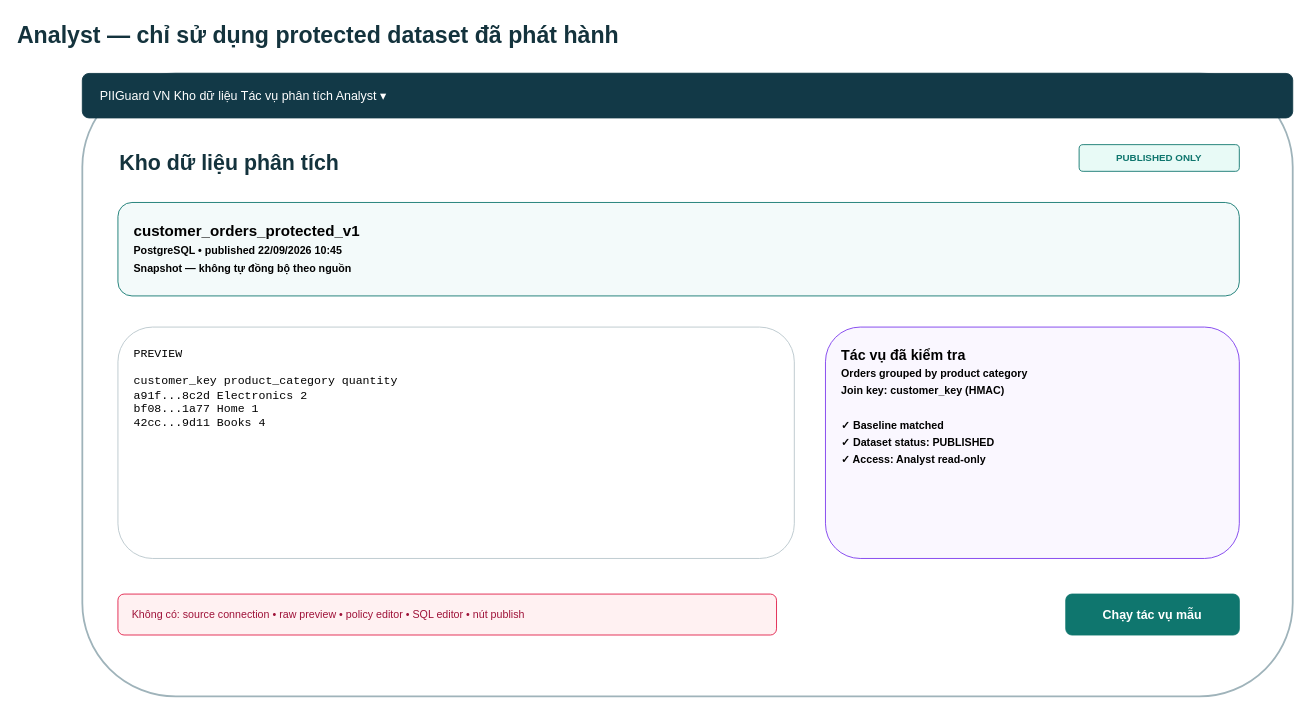
The draw.io diagram page "04 - Analyst Workspace" (4 of 10) of docs/fe_design/piiguard-ui-flow.drawio in tlong1610/PII_Masking, before the edit. Source tidied: cells renumbered, new cells numbered last; positions are measured from the earlier drawing's top-left corner, leaving out a move shared by most shapes. Both pictures are drawn from the tidied source at 89%, with x=0, y=0 at pixel (15, 15).
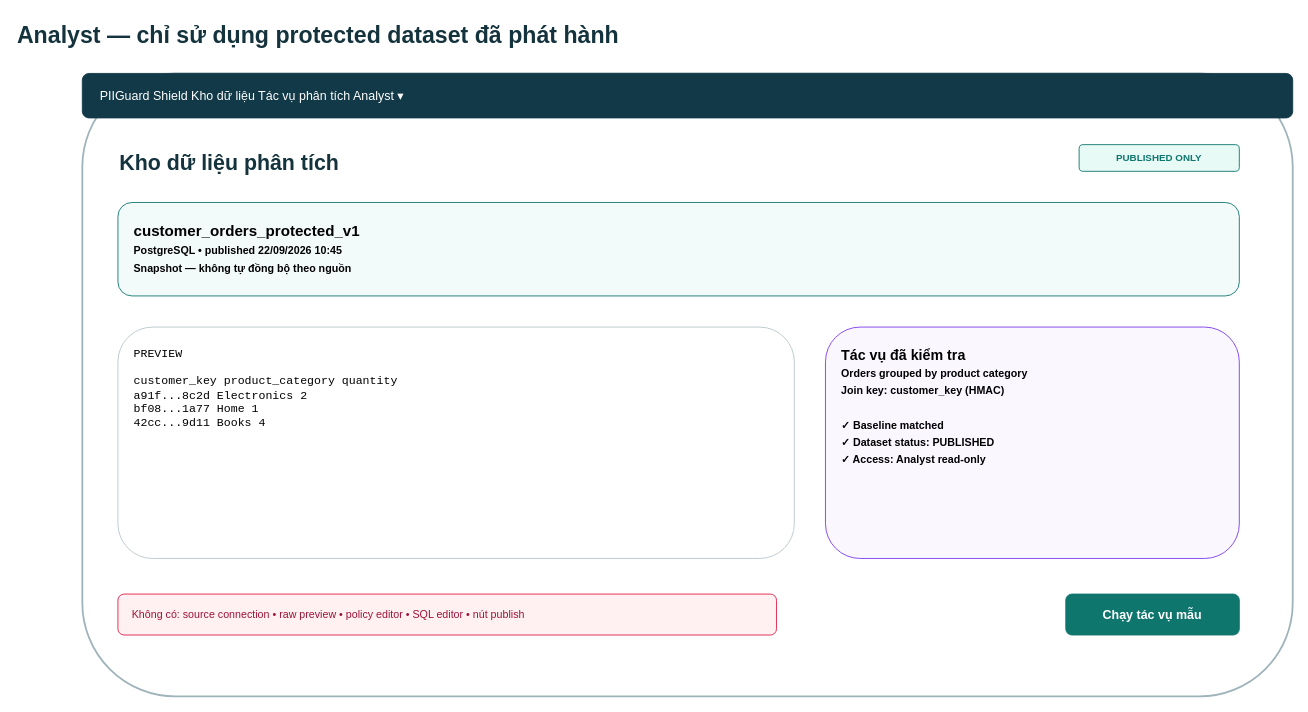
The same page after the edit.

Diff of the diagram source:
```diff
@@
 <mxGraphModel>
   <root>
     <mxCell id="0" />
     <mxCell id="1" parent="0" />
     <mxCell id="2" value="Analyst — chỉ sử dụng protected dataset đã phát hành" style="text;html=1;fontSize=26;fontStyle=1;fontColor=#14333D;" parent="1" vertex="1">
       <mxGeometry width="900" height="40" as="geometry" />
     </mxCell>
     <mxCell id="3" style="rounded=1;whiteSpace=wrap;html=1;fillColor=#FFFFFF;strokeColor=#9FB3BA;strokeWidth=2;" parent="1" vertex="1">
       <mxGeometry x="75" y="65" width="1360" height="700" as="geometry" />
     </mxCell>
-    <mxCell id="4" value="PIIGuard VN     Kho dữ liệu     Tác vụ phân tích                         Analyst ▾" style="rounded=1;whiteSpace=wrap;html=1;fillColor=#123947;strokeColor=#123947;fontColor=#FFFFFF;fontSize=14;align=left;spacingLeft=18;" parent="1" vertex="1">
+    <mxCell id="4" value="PIIGuard Shield     Kho dữ liệu     Tác vụ phân tích                         Analyst ▾" style="rounded=1;whiteSpace=wrap;html=1;fillColor=#123947;strokeColor=#123947;fontColor=#FFFFFF;fontSize=14;align=left;spacingLeft=18;" parent="1" vertex="1">
       <mxGeometry x="75" y="65" width="1360" height="50" as="geometry" />
     </mxCell>
     <mxCell id="5" value="Kho dữ liệu phân tích" style="text;html=1;fontSize=24;fontStyle=1;fontColor=#14333D;" parent="1" vertex="1">
       <mxGeometry x="115" y="145" width="360" height="40" as="geometry" />
     </mxCell>
     <mxCell id="6" value="PUBLISHED ONLY" style="rounded=1;whiteSpace=wrap;html=1;fillColor=#E8FAF6;strokeColor=#0F766E;fontColor=#0F766E;fontSize=11;fontStyle=1;" parent="1" vertex="1">
       <mxGeometry x="1195" y="145" width="180" height="30" as="geometry" />
     </mxCell>
     <mxCell id="7" value="customer_orders_protected_v1&lt;br&gt;&lt;font style=&quot;font-size:12px&quot;&gt;PostgreSQL • published 22/09/2026 10:45&lt;br&gt;Snapshot — không tự đồng bộ theo nguồn&lt;/font&gt;" style="rounded=1;whiteSpace=wrap;html=1;fillColor=#F3FAFA;strokeColor=#0F766E;fontSize=17;fontStyle=1;align=left;verticalAlign=top;spacing=18;" parent="1" vertex="1">
       <mxGeometry x="115" y="210" width="1260" height="105" as="geometry" />
     </mxCell>
     <mxCell id="8" value="PREVIEW&lt;br&gt;&lt;br&gt;customer_key          product_category       quantity&lt;br&gt;a91f...8c2d           Electronics            2&lt;br&gt;bf08...1a77           Home                   1&lt;br&gt;42cc...9d11           Books                  4" style="rounded=1;whiteSpace=wrap;html=1;fillColor=#FFFFFF;strokeColor=#B8C6CB;fontFamily=Courier New;fontSize=13;align=left;verticalAlign=top;spacing=18;" parent="1" vertex="1">
       <mxGeometry x="115" y="350" width="760" height="260" as="geometry" />
     </mxCell>
     <mxCell id="9" value="Tác vụ đã kiểm tra&lt;br&gt;&lt;font style=&quot;font-size:12px&quot;&gt;Orders grouped by product category&lt;br&gt;Join key: customer_key (HMAC)&lt;br&gt;&lt;br&gt;✓ Baseline matched&lt;br&gt;✓ Dataset status: PUBLISHED&lt;br&gt;✓ Access: Analyst read-only&lt;/font&gt;" style="rounded=1;whiteSpace=wrap;html=1;fillColor=#FAF7FF;strokeColor=#7C3AED;fontSize=16;fontStyle=1;align=left;verticalAlign=top;spacing=18;" parent="1" vertex="1">
       <mxGeometry x="910" y="350" width="465" height="260" as="geometry" />
     </mxCell>
     <mxCell id="10" value="Chạy tác vụ mẫu" style="rounded=1;whiteSpace=wrap;html=1;fillColor=#0F766E;strokeColor=#0F766E;fontColor=#FFFFFF;fontSize=14;fontStyle=1;" parent="1" vertex="1">
       <mxGeometry x="1180" y="650" width="195" height="46" as="geometry" />
     </mxCell>
     <mxCell id="11" value="Không có: source connection • raw preview • policy editor • SQL editor • nút publish" style="rounded=1;whiteSpace=wrap;html=1;fillColor=#FFF1F2;strokeColor=#E11D48;fontColor=#9F1239;fontSize=12;align=left;spacingLeft=14;" parent="1" vertex="1">
       <mxGeometry x="115" y="650" width="740" height="46" as="geometry" />
     </mxCell>
   </root>
 </mxGraphModel>
```
